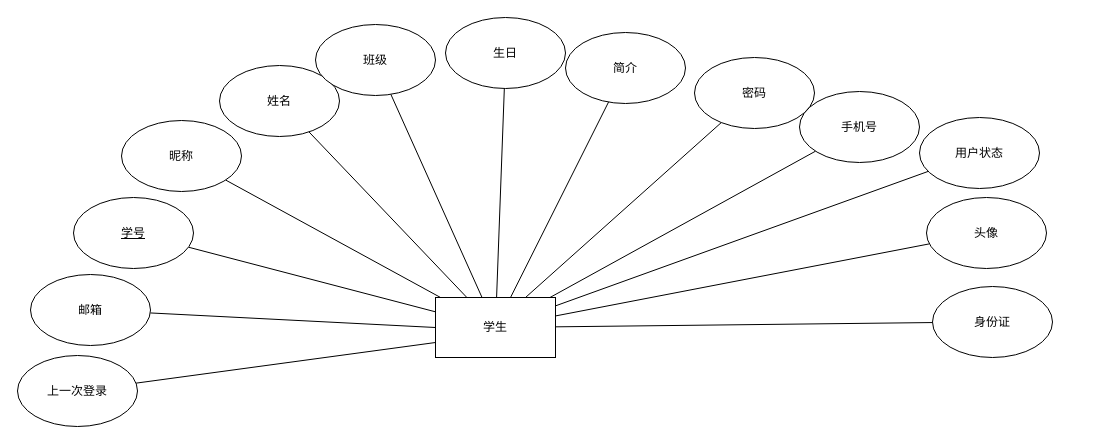
Earlier version of the draw.io diagram 未命名绘图.drawio (Wishlove09/drawio). Source tidied: cells renumbered, new cells numbered last; positions are measured from the earlier drawing's top-left corner, leaving out a move shared by most shapes. Both pictures are drawn from the tidied source at 100%, with x=0, y=0 at pixel (17, 17).
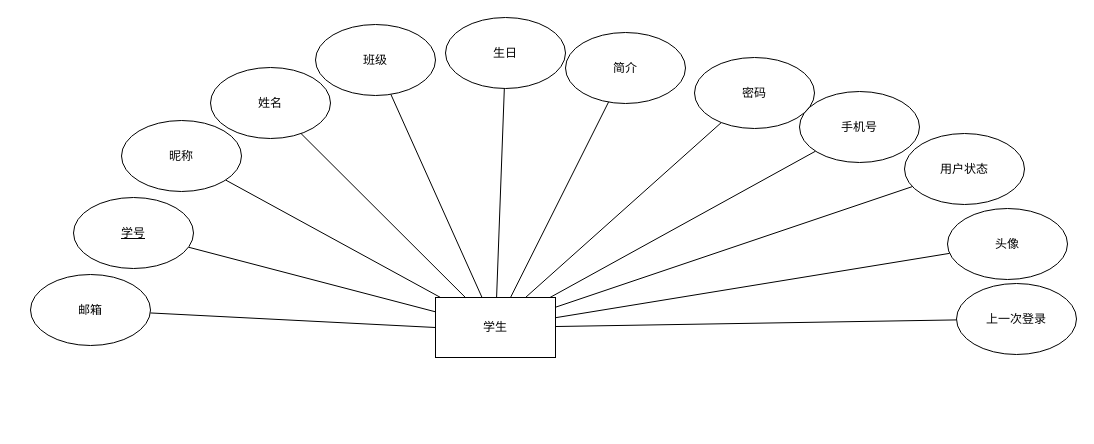
The same page after the edit.

Commit message (it also covers changes not shown here):
更新未命名绘图.drawio

Unchanged cells that the change refers to:
```xml
<mxCell id="4" value="学生" style="rounded=0;whiteSpace=wrap;html=1;" parent="1" vertex="1">
  <mxGeometry x="418" y="280" width="120" height="60" as="geometry" />
</mxCell>
```

Change to the diagram source:
```diff
@@
     <mxCell id="8" value="姓名" style="ellipse;whiteSpace=wrap;html=1;" parent="1" vertex="1">
-      <mxGeometry x="202" y="48" width="120" height="71" as="geometry" />
+      <mxGeometry x="193" y="50" width="120" height="71" as="geometry" />
     </mxCell>
@@
     <mxCell id="20" value="用户状态" style="ellipse;whiteSpace=wrap;html=1;" parent="1" vertex="1">
-      <mxGeometry x="902" y="100" width="120" height="71" as="geometry" />
+      <mxGeometry x="887" y="116" width="120" height="71" as="geometry" />
     </mxCell>
@@
     <mxCell id="22" value="头像" style="ellipse;whiteSpace=wrap;html=1;" parent="1" vertex="1">
-      <mxGeometry x="909" y="180" width="120" height="71" as="geometry" />
+      <mxGeometry x="930" y="191" width="120" height="71" as="geometry" />
     </mxCell>
-    <mxCell id="23" style="edgeStyle=none;shape=connector;rounded=0;jettySize=auto;html=1;labelBackgroundColor=default;strokeColor=default;align=center;verticalAlign=middle;fontFamily=Helvetica;fontSize=11;fontColor=default;endArrow=none;endFill=0;" parent="1" edge="1" source="24" target="4">
-      <mxGeometry relative="1" as="geometry" />
-    </mxCell>
-    <mxCell id="24" value="身份证" style="ellipse;whiteSpace=wrap;html=1;" parent="1" vertex="1">
-      <mxGeometry x="915" y="269" width="120" height="71" as="geometry" />
-    </mxCell>
@@
-    <mxCell id="27" style="edgeStyle=none;shape=connector;rounded=0;jettySize=auto;html=1;entryX=0;entryY=0.75;entryDx=0;entryDy=0;labelBackgroundColor=default;strokeColor=default;align=center;verticalAlign=middle;fontFamily=Helvetica;fontSize=11;fontColor=default;endArrow=none;endFill=0;" parent="1" edge="1" source="28" target="4">
+    <mxCell id="27" style="edgeStyle=none;shape=connector;rounded=0;jettySize=auto;html=1;labelBackgroundColor=default;strokeColor=default;align=center;verticalAlign=middle;fontFamily=Helvetica;fontSize=11;fontColor=default;endArrow=none;endFill=0;" parent="1" edge="1" source="28" target="4">
       <mxGeometry relative="1" as="geometry" />
     </mxCell>
     <mxCell id="28" value="上一次登录" style="ellipse;whiteSpace=wrap;html=1;" parent="1" vertex="1">
-      <mxGeometry y="338" width="120" height="71" as="geometry" />
+      <mxGeometry x="939" y="266" width="120" height="71" as="geometry" />
     </mxCell>
```
